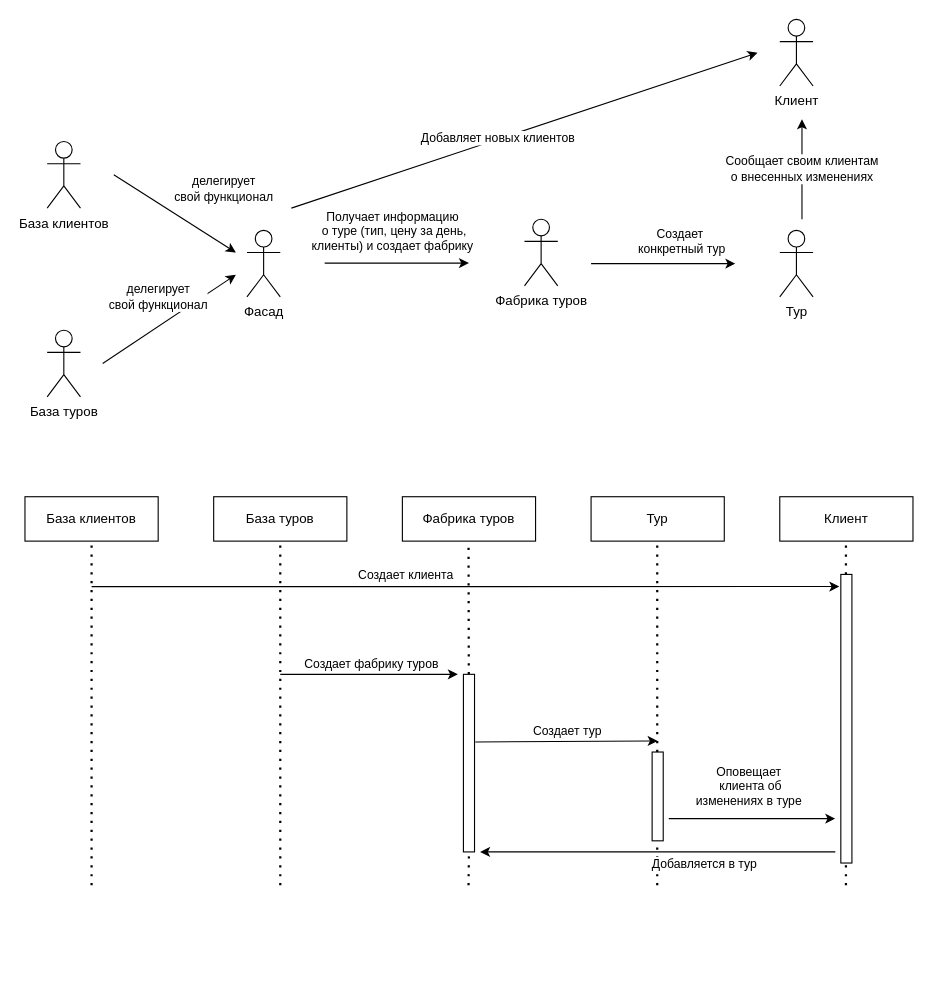
dante72/PatternExam keeps this draw.io diagram as precedents.drawio. Above is the earlier version. Source tidied: cells renumbered, new cells numbered last; positions are measured from the earlier drawing's top-left corner, leaving out a move shared by most shapes. Both pictures are drawn from the tidied source at 111%, with x=0, y=0 at pixel (24, 19).
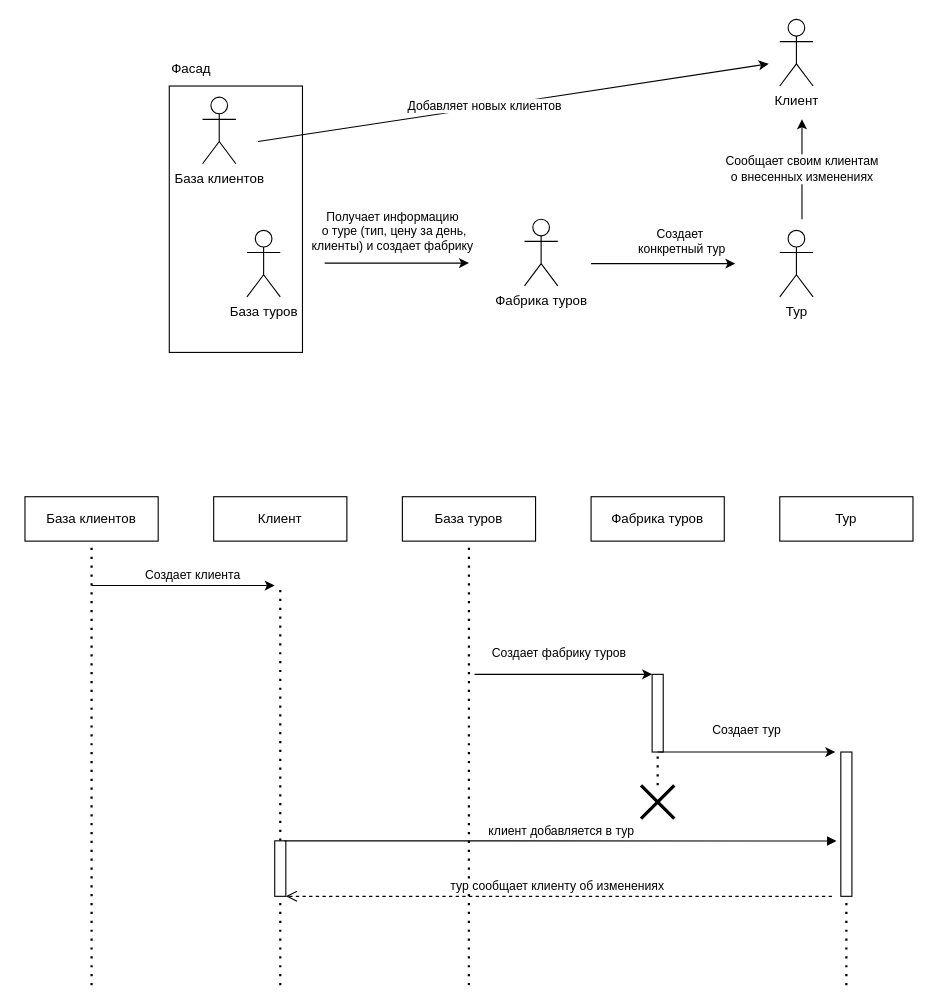
The same page after the edit.

Unchanged cells that the change refers to:
```xml
<mxCell id="19" value="База клиентов" style="rounded=0;whiteSpace=wrap;html=1;" parent="1" vertex="1">
  <mxGeometry y="430" width="120" height="40" as="geometry" />
</mxCell>
```

Diff of the diagram source:
```diff
@@
-    <mxCell id="7" value="Фасад" style="shape=umlActor;verticalLabelPosition=bottom;verticalAlign=top;html=1;" parent="1" vertex="1">
-      <mxGeometry x="200" y="190" width="30" height="60" as="geometry" />
-    </mxCell>
     <mxCell id="8" value="База клиентов" style="shape=umlActor;verticalLabelPosition=bottom;verticalAlign=top;html=1;" parent="1" vertex="1">
-      <mxGeometry x="20" y="110" width="30" height="60" as="geometry" />
+      <mxGeometry x="160" y="70" width="30" height="60" as="geometry" />
     </mxCell>
     <mxCell id="9" value="База туров" style="shape=umlActor;verticalLabelPosition=bottom;verticalAlign=top;html=1;" parent="1" vertex="1">
-      <mxGeometry x="20" y="280" width="30" height="60" as="geometry" />
+      <mxGeometry x="200" y="190" width="30" height="60" as="geometry" />
     </mxCell>
-    <mxCell id="10" value="делегирует &lt;br&gt;свой функционал" style="endArrow=classic;html=1;rounded=0;" parent="1" edge="1">
-      <mxGeometry x="0.04" y="22" relative="1" as="geometry">
-        <mxPoint x="70" y="310" as="sourcePoint" />
-        <mxPoint x="190" y="230" as="targetPoint" />
-      </mxGeometry>
-    </mxCell>
-    <mxCell id="11" value="делегирует &lt;br&gt;свой функционал" style="endArrow=classic;html=1;rounded=0;" parent="1" edge="1">
-      <mxGeometry x="0.4" y="42" relative="1" as="geometry">
-        <mxPoint x="80" y="140" as="sourcePoint" />
-        <mxPoint x="190" y="210" as="targetPoint" />
-      </mxGeometry>
-    </mxCell>
@@
     <mxCell id="14" style="endArrow=classic;html=1;rounded=0;" parent="1" edge="1">
       <mxGeometry relative="1" as="geometry">
-        <mxPoint x="240" y="170" as="sourcePoint" />
-        <mxPoint x="660" y="30" as="targetPoint" />
+        <mxPoint x="210" y="110" as="sourcePoint" />
+        <mxPoint x="670" y="40" as="targetPoint" />
       </mxGeometry>
     </mxCell>
@@
     <mxCell id="16" value="Фабрика туров" style="rounded=0;whiteSpace=wrap;html=1;" parent="1" vertex="1">
-      <mxGeometry x="340" y="430" width="120" height="40" as="geometry" />
+      <mxGeometry x="510" y="430" width="120" height="40" as="geometry" />
     </mxCell>
     <mxCell id="17" value="Тур" style="rounded=0;whiteSpace=wrap;html=1;" parent="1" vertex="1">
-      <mxGeometry x="510" y="430" width="120" height="40" as="geometry" />
+      <mxGeometry x="680" y="430" width="120" height="40" as="geometry" />
     </mxCell>
     <mxCell id="18" value="База туров" style="rounded=0;whiteSpace=wrap;html=1;" parent="1" vertex="1">
-      <mxGeometry x="170" y="430" width="120" height="40" as="geometry" />
+      <mxGeometry x="340" y="430" width="120" height="40" as="geometry" />
     </mxCell>
@@
     <mxCell id="20" value="Клиент" style="rounded=0;whiteSpace=wrap;html=1;" parent="1" vertex="1">
-      <mxGeometry x="680" y="430" width="120" height="40" as="geometry" />
+      <mxGeometry x="170" y="430" width="120" height="40" as="geometry" />
     </mxCell>
     <mxCell id="21" style="endArrow=none;dashed=1;html=1;dashPattern=1 3;strokeWidth=2;rounded=0;entryX=0.5;entryY=1;entryDx=0;entryDy=0;" parent="1" edge="1" target="19">
       <mxGeometry relative="1" as="geometry">
-        <mxPoint x="60" y="780" as="sourcePoint" />
+        <mxPoint x="60" y="870" as="sourcePoint" />
       </mxGeometry>
     </mxCell>
-    <mxCell id="22" style="endArrow=none;dashed=1;html=1;dashPattern=1 3;strokeWidth=2;rounded=0;entryX=0.5;entryY=1;entryDx=0;entryDy=0;" parent="1" edge="1">
-      <mxGeometry relative="1" as="geometry">
-        <mxPoint x="230" y="780" as="sourcePoint" />
-        <mxPoint x="230" y="470" as="targetPoint" />
-      </mxGeometry>
-    </mxCell>
-    <mxCell id="23" style="endArrow=none;dashed=1;html=1;dashPattern=1 3;strokeWidth=2;rounded=0;entryX=0.5;entryY=1;entryDx=0;entryDy=0;startArrow=none;" parent="1" edge="1" source="31">
+    <mxCell id="23" style="endArrow=none;dashed=1;html=1;dashPattern=1 3;strokeWidth=2;rounded=0;entryX=0.5;entryY=1;entryDx=0;entryDy=0;startArrow=none;" parent="1" edge="1" target="18">
       <mxGeometry relative="1" as="geometry">
-        <mxPoint x="399.6" y="470" as="targetPoint" />
+        <mxPoint x="399.9" y="870" as="sourcePoint" />
       </mxGeometry>
     </mxCell>
-    <mxCell id="24" style="endArrow=none;dashed=1;html=1;dashPattern=1 3;strokeWidth=2;rounded=0;entryX=0.5;entryY=1;entryDx=0;entryDy=0;" parent="1" edge="1">
-      <mxGeometry relative="1" as="geometry">
-        <mxPoint x="569.6" y="780" as="sourcePoint" />
-        <mxPoint x="569.6" y="470" as="targetPoint" />
-      </mxGeometry>
-    </mxCell>
-    <mxCell id="25" style="endArrow=none;dashed=1;html=1;dashPattern=1 3;strokeWidth=2;rounded=0;entryX=0.5;entryY=1;entryDx=0;entryDy=0;" parent="1" edge="1">
-      <mxGeometry relative="1" as="geometry">
-        <mxPoint x="739.6" y="780" as="sourcePoint" />
-        <mxPoint x="739.6" y="470" as="targetPoint" />
-      </mxGeometry>
-    </mxCell>
-    <mxCell id="26" style="rounded=0;whiteSpace=wrap;html=1;" parent="1" vertex="1">
-      <mxGeometry x="735" y="500" width="10" height="260" as="geometry" />
-    </mxCell>
-    <mxCell id="27" style="endArrow=classic;html=1;rounded=0;entryX=-0.133;entryY=0.042;entryDx=0;entryDy=0;entryPerimeter=0;" parent="1" edge="1" target="26">
+    <mxCell id="27" style="endArrow=classic;html=1;rounded=0;entryX=0;entryY=0;entryDx=0;entryDy=0;" parent="1" edge="1">
       <mxGeometry relative="1" as="geometry">
-        <mxPoint x="60" y="511" as="sourcePoint" />
+        <mxPoint x="60" y="510" as="sourcePoint" />
+        <mxPoint x="225" y="510" as="targetPoint" />
       </mxGeometry>
     </mxCell>
     <mxCell id="28" value="Создает клиента" style="edgeLabel;html=1;align=center;verticalAlign=middle;" parent="27" vertex="1">
       <mxGeometry x="-0.16" relative="1" as="geometry">
-        <mxPoint y="-10" as="offset" />
+        <mxPoint x="21" y="-10" as="offset" />
       </mxGeometry>
     </mxCell>
     <mxCell id="29" style="endArrow=classic;html=1;rounded=0;" parent="1" edge="1">
       <mxGeometry relative="1" as="geometry">
-        <mxPoint x="230" y="590" as="sourcePoint" />
-        <mxPoint x="390" y="590" as="targetPoint" />
+        <mxPoint x="405" y="590" as="sourcePoint" />
+        <mxPoint x="565" y="590" as="targetPoint" />
       </mxGeometry>
     </mxCell>
     <mxCell id="30" value="Создает фабрику туров" style="edgeLabel;html=1;align=center;verticalAlign=middle;" parent="29" vertex="1">
       <mxGeometry x="0.13" y="-1" relative="1" as="geometry">
-        <mxPoint x="-9" y="-11" as="offset" />
+        <mxPoint x="-15" y="-21" as="offset" />
       </mxGeometry>
     </mxCell>
-    <mxCell id="31" style="rounded=0;whiteSpace=wrap;html=1;" parent="1" vertex="1">
-      <mxGeometry x="395" y="590" width="10" height="160" as="geometry" />
-    </mxCell>
-    <mxCell id="32" style="endArrow=none;dashed=1;html=1;dashPattern=1 3;strokeWidth=2;rounded=0;entryX=0.5;entryY=1;entryDx=0;entryDy=0;" parent="1" edge="1" target="31">
-      <mxGeometry relative="1" as="geometry">
-        <mxPoint x="399.6" y="780" as="sourcePoint" />
-      </mxGeometry>
-    </mxCell>
-    <mxCell id="33" style="endArrow=classic;html=1;rounded=0;exitX=1.067;exitY=0.381;exitDx=0;exitDy=0;exitPerimeter=0;" parent="1" edge="1" source="31">
-      <mxGeometry relative="1" as="geometry">
-        <mxPoint x="570" y="650" as="targetPoint" />
-      </mxGeometry>
-    </mxCell>
+    <mxCell id="40" style="endArrow=none;dashed=1;html=1;dashPattern=1 3;strokeWidth=2;rounded=0;startArrow=none;" parent="1" edge="1" source="43">
+      <mxGeometry relative="1" as="geometry">
+        <mxPoint x="230" y="510" as="targetPoint" />
+      </mxGeometry>
+    </mxCell>
+    <mxCell id="26" style="rounded=0;whiteSpace=wrap;html=1;" parent="1" vertex="1">
+      <mxGeometry x="565" y="590" width="10" height="70" as="geometry" />
+    </mxCell>
+    <mxCell id="41" style="endArrow=none;dashed=1;html=1;dashPattern=1 3;strokeWidth=2;rounded=0;entryX=0.5;entryY=1;entryDx=0;entryDy=0;startArrow=none;" parent="1" edge="1" source="42" target="26">
+      <mxGeometry relative="1" as="geometry" />
+    </mxCell>
-    <mxCell id="34" value="Создает тур&amp;nbsp;" style="edgeLabel;html=1;align=center;verticalAlign=middle;" parent="33" vertex="1">
-      <mxGeometry x="0.16" relative="1" as="geometry">
-        <mxPoint x="-11" y="-10" as="offset" />
+    <mxCell id="34" value="Создает тур" style="endArrow=classic;html=1;rounded=0;exitX=0.5;exitY=1;exitDx=0;exitDy=0;" parent="1" edge="1" source="26">
+      <mxGeometry y="20" relative="1" as="geometry">
+        <mxPoint x="730" y="660" as="targetPoint" />
       </mxGeometry>
     </mxCell>
     <mxCell id="35" style="rounded=0;whiteSpace=wrap;html=1;" parent="1" vertex="1">
-      <mxGeometry x="565" y="660" width="10" height="80" as="geometry" />
+      <mxGeometry x="735" y="660" width="10" height="130" as="geometry" />
     </mxCell>
-    <mxCell id="36" style="endArrow=classic;html=1;rounded=0;" parent="1" edge="1">
-      <mxGeometry relative="1" as="geometry">
-        <mxPoint x="580" y="720" as="sourcePoint" />
-        <mxPoint x="730" y="720" as="targetPoint" />
-      </mxGeometry>
-    </mxCell>
-    <mxCell id="37" value="Оповещает&lt;br&gt;&amp;nbsp;клиента об &lt;br&gt;изменениях в туре" style="edgeLabel;html=1;align=center;verticalAlign=middle;" parent="36" vertex="1">
-      <mxGeometry x="0.1" y="1" relative="1" as="geometry">
-        <mxPoint x="-12" y="-29" as="offset" />
-      </mxGeometry>
-    </mxCell>
-    <mxCell id="38" style="endArrow=classic;html=1;rounded=0;" parent="1" edge="1">
-      <mxGeometry relative="1" as="geometry">
-        <mxPoint x="730" y="750" as="sourcePoint" />
-        <mxPoint x="410" y="750" as="targetPoint" />
-      </mxGeometry>
-    </mxCell>
-    <mxCell id="39" value="Добавляется в тур" style="edgeLabel;html=1;align=center;verticalAlign=middle;" parent="38" vertex="1">
-      <mxGeometry x="-0.43" y="3" relative="1" as="geometry">
-        <mxPoint x="-28" y="7" as="offset" />
-      </mxGeometry>
-    </mxCell>
+    <mxCell id="42" style="shape=umlDestroy;whiteSpace=wrap;html=1;strokeWidth=3;" parent="1" vertex="1">
+      <mxGeometry x="555" y="690" width="30" height="30" as="geometry" />
+    </mxCell>
+    <mxCell id="43" style="html=1;points=[];perimeter=orthogonalPerimeter;" parent="1" vertex="1">
+      <mxGeometry x="225" y="740" width="10" height="50" as="geometry" />
+    </mxCell>
+    <mxCell id="44" style="endArrow=none;dashed=1;html=1;dashPattern=1 3;strokeWidth=2;rounded=0;entryX=0.5;entryY=1;entryDx=0;entryDy=0;startArrow=none;" parent="1" edge="1" target="43">
+      <mxGeometry relative="1" as="geometry">
+        <mxPoint x="230" y="870" as="sourcePoint" />
+      </mxGeometry>
+    </mxCell>
+    <mxCell id="45" value="клиент добавляется в тур" style="html=1;verticalAlign=bottom;endArrow=block;rounded=0;entryX=-0.38;entryY=0.617;entryDx=0;entryDy=0;entryPerimeter=0;" parent="1" edge="1" target="35">
+      <mxGeometry relative="1" as="geometry">
+        <mxPoint x="234" y="740" as="sourcePoint" />
+      </mxGeometry>
+    </mxCell>
+    <mxCell id="46" value="тур сообщает клиенту об изменениях&amp;nbsp;" style="html=1;verticalAlign=bottom;endArrow=open;dashed=1;endSize=8;rounded=0;" parent="1" edge="1" target="43">
+      <mxGeometry relative="1" as="geometry">
+        <mxPoint x="727" y="790" as="sourcePoint" />
+      </mxGeometry>
+    </mxCell>
+    <mxCell id="47" style="endArrow=none;dashed=1;html=1;dashPattern=1 3;strokeWidth=2;rounded=0;" parent="1" edge="1">
+      <mxGeometry relative="1" as="geometry">
+        <mxPoint x="740" y="870" as="sourcePoint" />
+        <mxPoint x="740" y="790" as="targetPoint" />
+      </mxGeometry>
+    </mxCell>
+    <mxCell id="48" style="rounded=0;whiteSpace=wrap;html=1;fillColor=none;" parent="1" vertex="1">
+      <mxGeometry x="130" y="60" width="120" height="240" as="geometry" />
+    </mxCell>
+    <mxCell id="7" value="Фасад" style="text;html=1;strokeColor=none;fillColor=none;align=center;verticalAlign=middle;whiteSpace=wrap;rounded=0;" parent="1" vertex="1">
+      <mxGeometry x="120" y="30" width="60" height="30" as="geometry" />
+    </mxCell>
```
